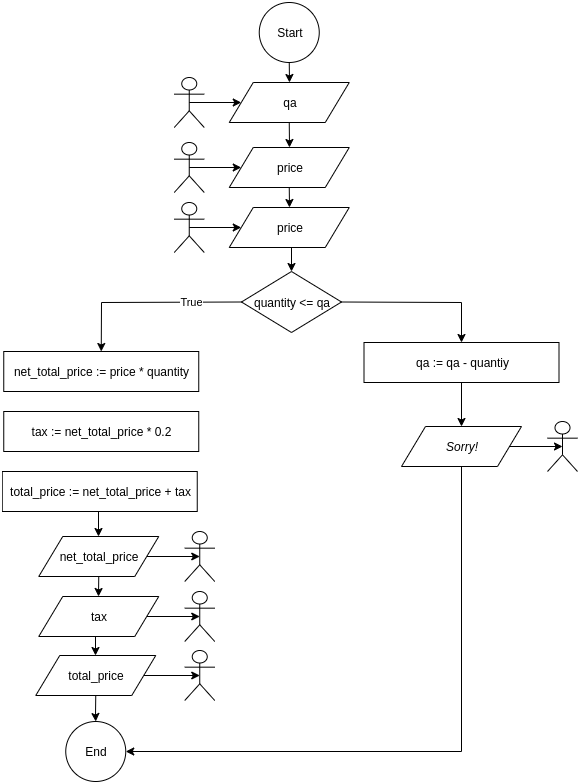
The draw.io diagram milestone1/images/TCA_1_3.png in oiraqi/xcommerce-standalone-c, before a commit. Source tidied: cells renumbered, new cells last; positions are measured from the earlier drawing's top-left corner, leaving out a move shared by most shapes.
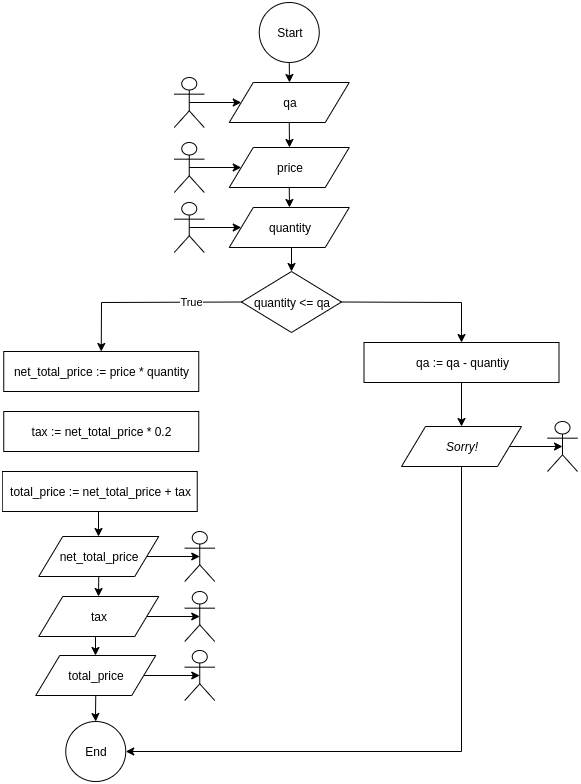
After the commit.

Change to the diagram source:
```diff
@@ -86,7 +86,7 @@
     <mxCell id="29" style="edgeStyle=orthogonalEdgeStyle;rounded=0;jettySize=auto;html=1;exitX=0.5;exitY=1;exitDx=0;exitDy=0;entryX=0.5;entryY=0;entryDx=0;entryDy=0;strokeColor=#000000;" parent="1" edge="1" source="30" target="35">
       <mxGeometry relative="1" as="geometry" />
     </mxCell>
-    <mxCell id="30" value="price" style="shape=parallelogram;perimeter=parallelogramPerimeter;whiteSpace=wrap;html=1;" parent="1" vertex="1">
+    <mxCell id="30" value="quantity" style="shape=parallelogram;perimeter=parallelogramPerimeter;whiteSpace=wrap;html=1;" parent="1" vertex="1">
       <mxGeometry x="226.8" y="205" width="120" height="40" as="geometry" />
     </mxCell>
     <mxCell id="31" style="edgeStyle=orthogonalEdgeStyle;rounded=0;jettySize=auto;html=1;exitX=0.5;exitY=0.5;exitDx=0;exitDy=0;exitPerimeter=0;entryX=0;entryY=0.5;entryDx=0;entryDy=0;" parent="1" edge="1" source="32" target="30">
```
